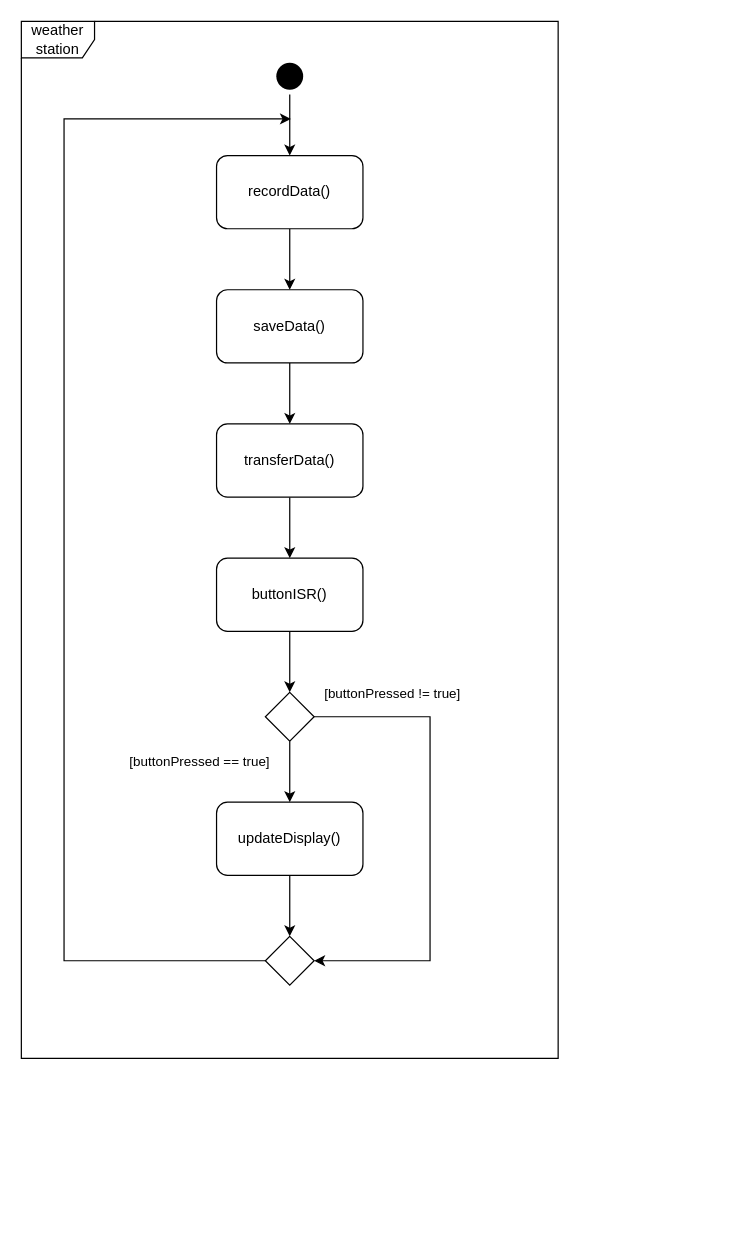
This is lab3/docs/activity_diagram.drawio from matas-noreika/software_design_and_quality, a draw.io file, before an edit. Source tidied: cells renumbered, new cells numbered last; positions are measured from the earlier drawing's top-left corner, leaving out a move shared by most shapes. Both pictures are drawn from the tidied source at 122%, with x=0, y=0 at pixel (21, 21).
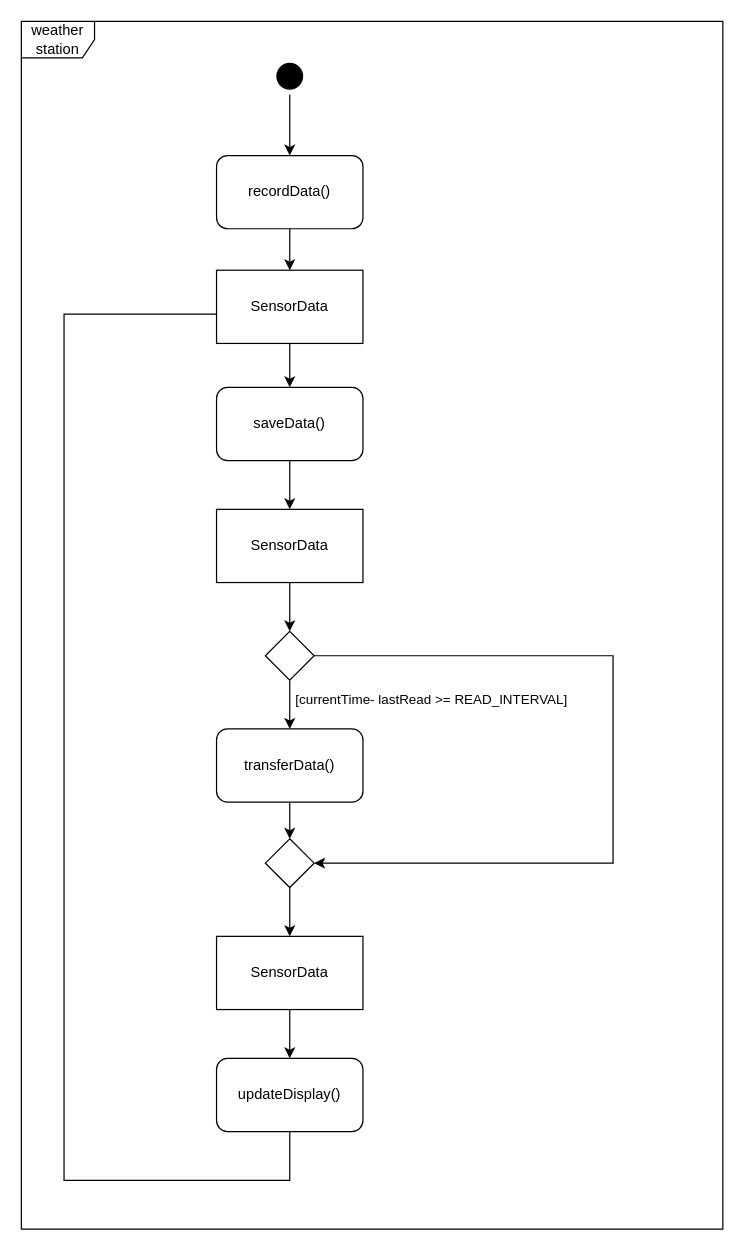
After the change.

Unchanged cells that the change refers to:
```xml
<mxCell id="7" value="recordData()" style="rounded=1;whiteSpace=wrap;html=1;" parent="1" vertex="1">
  <mxGeometry x="160" y="110" width="120" height="60" as="geometry" />
</mxCell>
```

What changed in the source:
```diff
@@
     <mxCell id="2" value="weather station" style="shape=umlFrame;whiteSpace=wrap;html=1;" parent="1" vertex="1">
-      <mxGeometry width="440" height="850" as="geometry" />
+      <mxGeometry width="575" height="990" as="geometry" />
     </mxCell>
@@
-    <mxCell id="6" style="edgeStyle=orthogonalEdgeStyle;rounded=0;jettySize=auto;html=1;entryX=0.5;entryY=0;entryDx=0;entryDy=0;" parent="1" edge="1" source="7" target="9">
-      <mxGeometry relative="1" as="geometry" />
-    </mxCell>
+    <mxCell id="23" style="edgeStyle=orthogonalEdgeStyle;rounded=0;jettySize=auto;html=1;entryX=0.5;entryY=0;entryDx=0;entryDy=0;" parent="1" edge="1" source="7" target="27">
+      <mxGeometry relative="1" as="geometry" />
+    </mxCell>
@@
-    <mxCell id="8" style="edgeStyle=orthogonalEdgeStyle;rounded=0;jettySize=auto;html=1;entryX=0.5;entryY=0;entryDx=0;entryDy=0;" parent="1" edge="1" source="9" target="11">
-      <mxGeometry relative="1" as="geometry" />
-    </mxCell>
+    <mxCell id="24" style="edgeStyle=orthogonalEdgeStyle;rounded=0;jettySize=auto;html=1;entryX=0.5;entryY=0;entryDx=0;entryDy=0;" parent="1" edge="1" source="9" target="30">
+      <mxGeometry relative="1" as="geometry" />
+    </mxCell>
     <mxCell id="9" value="saveData()" style="rounded=1;whiteSpace=wrap;html=1;" parent="1" vertex="1">
-      <mxGeometry x="160" y="220" width="120" height="60" as="geometry" />
+      <mxGeometry x="160" y="300" width="120" height="60" as="geometry" />
     </mxCell>
-    <mxCell id="10" style="edgeStyle=orthogonalEdgeStyle;rounded=0;jettySize=auto;html=1;entryX=0.5;entryY=0;entryDx=0;entryDy=0;" parent="1" edge="1" source="11" target="13">
-      <mxGeometry relative="1" as="geometry" />
-    </mxCell>
+    <mxCell id="25" style="edgeStyle=orthogonalEdgeStyle;rounded=0;jettySize=auto;html=1;entryX=0.5;entryY=0;entryDx=0;entryDy=0;" parent="1" edge="1" source="11" target="37">
+      <mxGeometry relative="1" as="geometry" />
+    </mxCell>
     <mxCell id="11" value="transferData()" style="rounded=1;whiteSpace=wrap;html=1;" parent="1" vertex="1">
-      <mxGeometry x="160" y="330" width="120" height="60" as="geometry" />
+      <mxGeometry x="160" y="580" width="120" height="60" as="geometry" />
     </mxCell>
-    <mxCell id="12" style="edgeStyle=orthogonalEdgeStyle;rounded=0;jettySize=auto;html=1;entryX=0.5;entryY=0;entryDx=0;entryDy=0;" parent="1" edge="1" source="13" target="18">
-      <mxGeometry relative="1" as="geometry" />
-    </mxCell>
-    <mxCell id="13" value="buttonISR()" style="rounded=1;whiteSpace=wrap;html=1;" parent="1" vertex="1">
-      <mxGeometry x="160" y="440" width="120" height="60" as="geometry" />
-    </mxCell>
-    <mxCell id="14" style="edgeStyle=orthogonalEdgeStyle;rounded=0;jettySize=auto;html=1;entryX=0.5;entryY=0;entryDx=0;entryDy=0;" parent="1" edge="1" source="18" target="20">
-      <mxGeometry relative="1" as="geometry" />
-    </mxCell>
-    <mxCell id="15" value="[buttonPressed == true]" style="edgeLabel;html=1;align=center;verticalAlign=middle;" parent="14" vertex="1">
-      <mxGeometry x="-0.34" y="-1" relative="1" as="geometry">
-        <mxPoint x="-74" as="offset" />
-      </mxGeometry>
-    </mxCell>
-    <mxCell id="16" style="edgeStyle=orthogonalEdgeStyle;rounded=0;jettySize=auto;html=1;entryX=1;entryY=0.5;entryDx=0;entryDy=0;" parent="1" edge="1" source="18" target="22">
-      <mxGeometry relative="1" as="geometry">
-        <Array as="points">
-          <mxPoint x="335" y="570" />
-          <mxPoint x="335" y="770" />
-        </Array>
-      </mxGeometry>
-    </mxCell>
-    <mxCell id="17" value="[buttonPressed != true]" style="edgeLabel;html=1;align=center;verticalAlign=middle;" parent="16" vertex="1">
-      <mxGeometry x="-0.83" y="-4" relative="1" as="geometry">
-        <mxPoint x="30" y="-24" as="offset" />
-      </mxGeometry>
-    </mxCell>
-    <mxCell id="18" style="rhombus;whiteSpace=wrap;html=1;" parent="1" vertex="1">
-      <mxGeometry x="200" y="550" width="40" height="40" as="geometry" />
-    </mxCell>
-    <mxCell id="19" style="edgeStyle=orthogonalEdgeStyle;rounded=0;jettySize=auto;html=1;entryX=0.5;entryY=0;entryDx=0;entryDy=0;" parent="1" edge="1" source="20" target="22">
-      <mxGeometry relative="1" as="geometry" />
-    </mxCell>
     <mxCell id="20" value="updateDisplay()" style="rounded=1;whiteSpace=wrap;html=1;" parent="1" vertex="1">
-      <mxGeometry x="160" y="640" width="120" height="60" as="geometry" />
+      <mxGeometry x="160" y="850" width="120" height="60" as="geometry" />
     </mxCell>
-    <mxCell id="21" style="edgeStyle=orthogonalEdgeStyle;rounded=0;jettySize=auto;html=1;exitX=0;exitY=0.5;exitDx=0;exitDy=0;" parent="1" edge="1" source="22">
+    <mxCell id="21" style="edgeStyle=orthogonalEdgeStyle;rounded=0;jettySize=auto;html=1;exitX=0.5;exitY=1;exitDx=0;exitDy=0;" parent="1" edge="1" source="20">
       <mxGeometry relative="1" as="geometry">
-        <mxPoint x="221" y="80" as="targetPoint" />
+        <mxPoint x="221" y="240" as="targetPoint" />
         <Array as="points">
-          <mxPoint x="35" y="770" />
-          <mxPoint x="35" y="80" />
+          <mxPoint x="220" y="950" />
+          <mxPoint x="35" y="950" />
+          <mxPoint x="35" y="240" />
         </Array>
       </mxGeometry>
     </mxCell>
-    <mxCell id="22" style="rhombus;whiteSpace=wrap;html=1;" parent="1" vertex="1">
-      <mxGeometry x="200" y="750" width="40" height="40" as="geometry" />
-    </mxCell>
+    <mxCell id="26" style="edgeStyle=orthogonalEdgeStyle;rounded=0;jettySize=auto;html=1;entryX=0.5;entryY=0;entryDx=0;entryDy=0;" parent="1" edge="1" source="27" target="9">
+      <mxGeometry relative="1" as="geometry" />
+    </mxCell>
+    <mxCell id="27" value="SensorData" style="rounded=0;whiteSpace=wrap;html=1;" parent="1" vertex="1">
+      <mxGeometry x="160" y="204" width="120" height="60" as="geometry" />
+    </mxCell>
+    <mxCell id="28" style="edgeStyle=orthogonalEdgeStyle;rounded=0;jettySize=auto;html=1;entryX=0.5;entryY=0;entryDx=0;entryDy=0;" parent="1" edge="1" source="35" target="11">
+      <mxGeometry relative="1" as="geometry" />
+    </mxCell>
+    <mxCell id="29" value="[currentTime- lastRead &amp;gt;= READ_INTERVAL]" style="edgeLabel;html=1;align=center;verticalAlign=middle;" parent="28" vertex="1">
+      <mxGeometry x="-0.24" y="5" relative="1" as="geometry">
+        <mxPoint x="110" as="offset" />
+      </mxGeometry>
+    </mxCell>
+    <mxCell id="30" value="SensorData" style="rounded=0;whiteSpace=wrap;html=1;" parent="1" vertex="1">
+      <mxGeometry x="160" y="400" width="120" height="60" as="geometry" />
+    </mxCell>
+    <mxCell id="31" style="edgeStyle=orthogonalEdgeStyle;rounded=0;jettySize=auto;html=1;entryX=0.5;entryY=0;entryDx=0;entryDy=0;" parent="1" edge="1" source="32" target="20">
+      <mxGeometry relative="1" as="geometry" />
+    </mxCell>
+    <mxCell id="32" value="SensorData" style="rounded=0;whiteSpace=wrap;html=1;" parent="1" vertex="1">
+      <mxGeometry x="160" y="750" width="120" height="60" as="geometry" />
+    </mxCell>
+    <mxCell id="33" style="edgeStyle=orthogonalEdgeStyle;rounded=0;jettySize=auto;html=1;entryX=0.5;entryY=0;entryDx=0;entryDy=0;" parent="1" edge="1" source="30" target="35">
+      <mxGeometry relative="1" as="geometry" />
+    </mxCell>
+    <mxCell id="34" style="edgeStyle=orthogonalEdgeStyle;rounded=0;jettySize=auto;html=1;entryX=1;entryY=0.5;entryDx=0;entryDy=0;" parent="1" edge="1" source="35" target="37">
+      <mxGeometry relative="1" as="geometry">
+        <Array as="points">
+          <mxPoint x="485" y="520" />
+          <mxPoint x="485" y="690" />
+        </Array>
+      </mxGeometry>
+    </mxCell>
+    <mxCell id="35" style="rhombus;whiteSpace=wrap;html=1;" parent="1" vertex="1">
+      <mxGeometry x="200" y="500" width="40" height="40" as="geometry" />
+    </mxCell>
+    <mxCell id="36" style="edgeStyle=orthogonalEdgeStyle;rounded=0;jettySize=auto;html=1;entryX=0.5;entryY=0;entryDx=0;entryDy=0;" parent="1" edge="1" source="37" target="32">
+      <mxGeometry relative="1" as="geometry" />
+    </mxCell>
+    <mxCell id="37" style="rhombus;whiteSpace=wrap;html=1;" parent="1" vertex="1">
+      <mxGeometry x="200" y="670" width="40" height="40" as="geometry" />
+    </mxCell>
```
